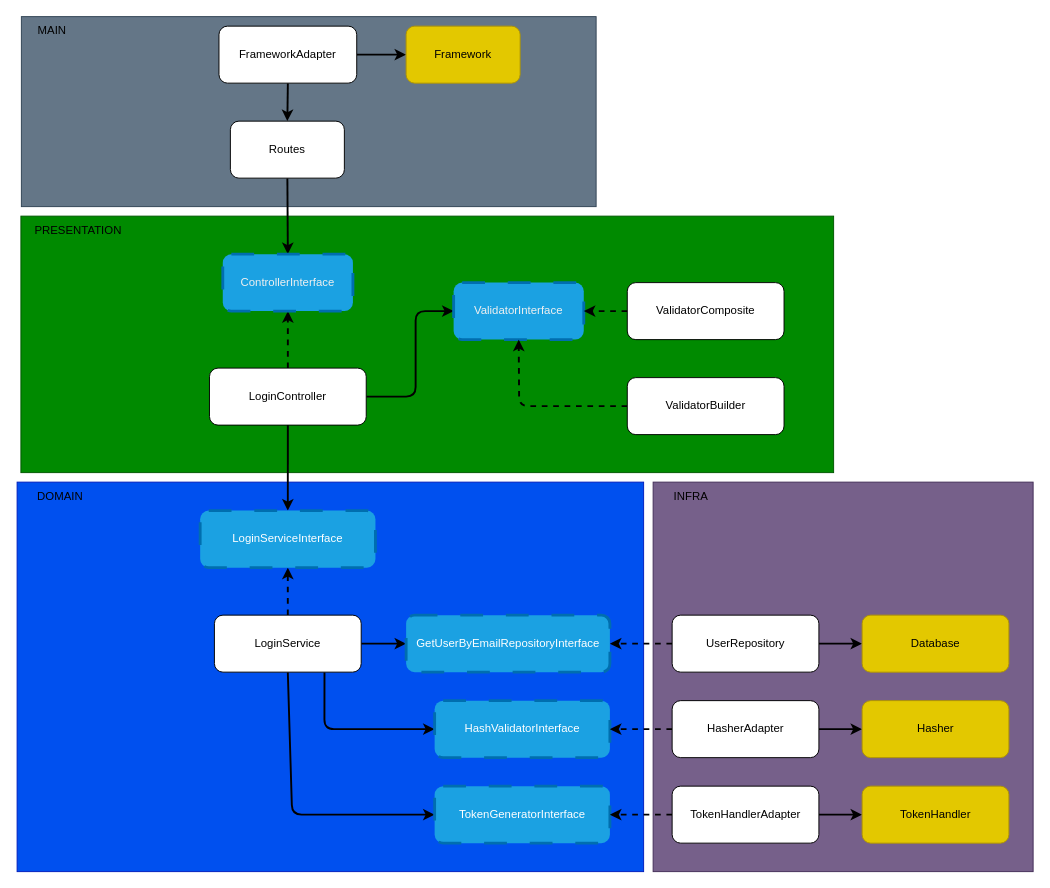
Above: diagrams/login.drawio in DouglasVolcato/node-tdd-clean-architecture (draw.io), before the change. Source tidied: cells renumbered, new cells numbered last; positions are measured from the earlier drawing's top-left corner, leaving out a move shared by most shapes. Both pictures are drawn from the tidied source at 95%, with x=0, y=0 at pixel (16, 16).
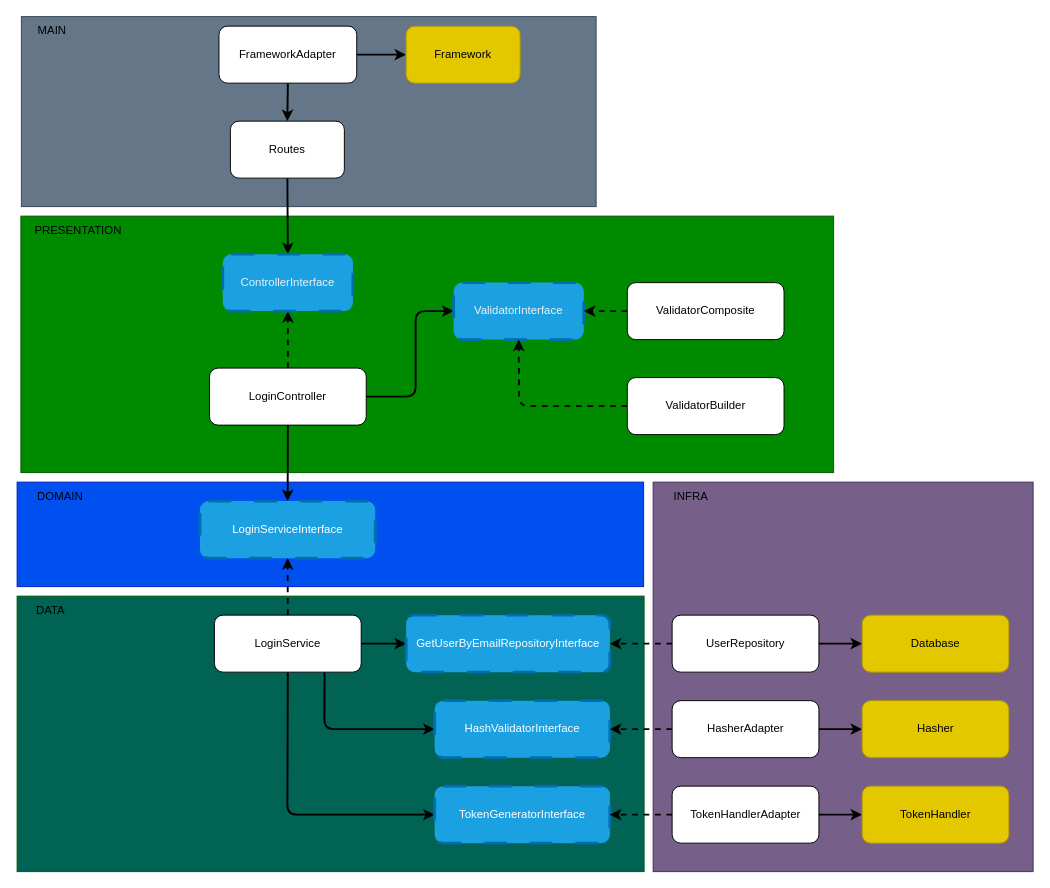
After the change.

Unchanged cells that the change refers to:
```xml
<mxCell id="19" value="LoginService" style="rounded=1;whiteSpace=wrap;html=1;" parent="1" vertex="1">
  <mxGeometry x="208.2" y="630" width="154.5" height="60" as="geometry" />
</mxCell>
<mxCell id="37" value="TokenGeneratorInterface" style="rounded=1;whiteSpace=wrap;html=1;dashed=1;dashPattern=8 8;strokeWidth=3;fillColor=#1ba1e2;fontColor=#ffffff;strokeColor=#006EAF;" parent="1" vertex="1">
  <mxGeometry x="440" y="810" width="184.5" height="60" as="geometry" />
</mxCell>
```

Diff of the diagram source:
```diff
@@
+    <mxCell id="47" style="rounded=0;whiteSpace=wrap;html=1;fillColor=#006353;fontColor=#ffffff;strokeColor=#005700;" parent="1" vertex="1">
+      <mxGeometry x="0.5" y="610" width="660" height="290" as="geometry" />
+    </mxCell>
@@
     <mxCell id="3" style="rounded=0;whiteSpace=wrap;html=1;fillColor=#0050ef;fontColor=#ffffff;strokeColor=#001DBC;" parent="1" vertex="1">
-      <mxGeometry x="0.5" y="490" width="659.5" height="410" as="geometry" />
+      <mxGeometry x="0.5" y="490" width="659.5" height="110" as="geometry" />
     </mxCell>
@@
     <mxCell id="18" style="edgeStyle=none;html=1;exitX=0.5;exitY=1;exitDx=0;exitDy=0;entryX=0;entryY=0.5;entryDx=0;entryDy=0;strokeWidth=2;" parent="1" edge="1" source="19" target="37">
       <mxGeometry relative="1" as="geometry">
         <Array as="points">
-          <mxPoint x="290" y="840" />
+          <mxPoint x="285" y="840" />
         </Array>
       </mxGeometry>
     </mxCell>
@@
     <mxCell id="29" value="LoginServiceInterface" style="rounded=1;whiteSpace=wrap;html=1;dashed=1;dashPattern=8 8;strokeWidth=3;fillColor=#1ba1e2;fontColor=#ffffff;strokeColor=#006EAF;" parent="1" vertex="1">
-      <mxGeometry x="193.2" y="520" width="184.5" height="60" as="geometry" />
+      <mxGeometry x="193" y="510" width="184.5" height="60" as="geometry" />
     </mxCell>
@@
+    <mxCell id="48" value="DATA" style="text;html=1;strokeColor=none;fillColor=none;align=center;verticalAlign=middle;whiteSpace=wrap;rounded=0;" parent="1" vertex="1">
+      <mxGeometry x="0.5" y="610" width="69.5" height="30" as="geometry" />
+    </mxCell>
```
